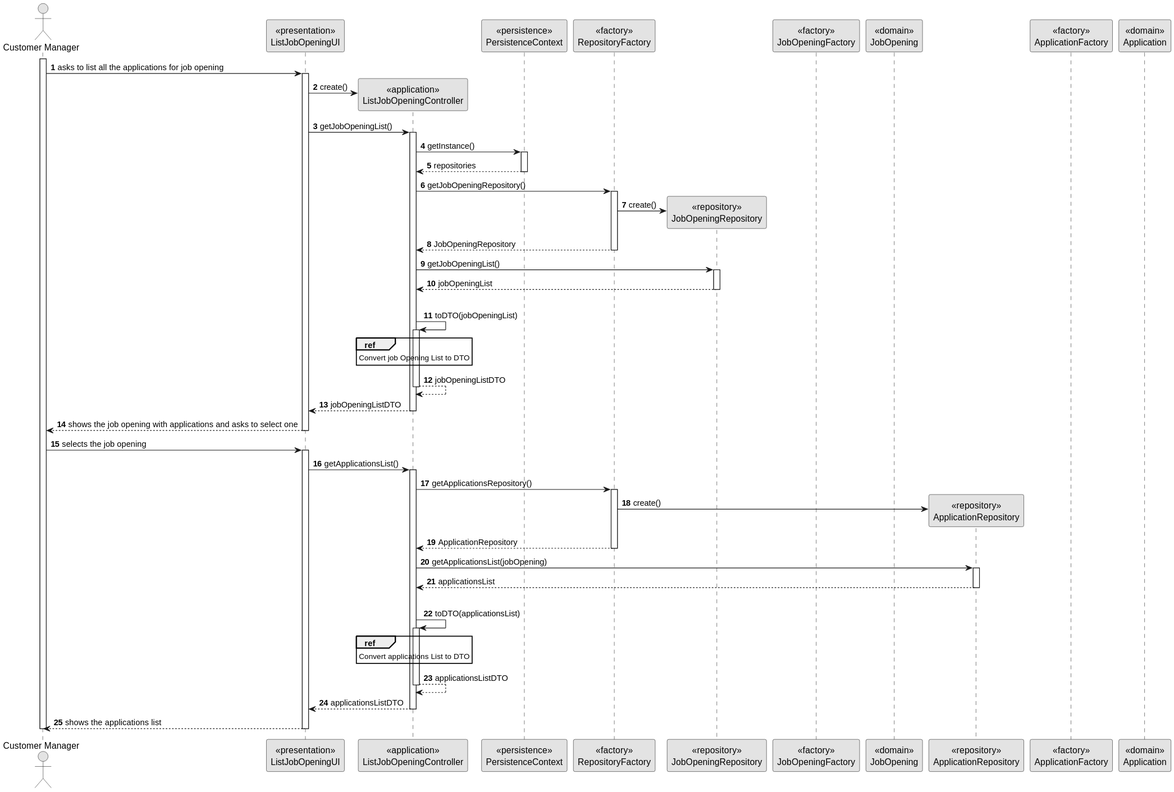
This is docs/sb_us_1005/US1005_SD.svg from rita-barbosa/LAPR4-2324, a PlantUML export, as it was before one commit. The source it was exported from:
```plantuml
@startuml
skinparam monochrome true
skinparam packageStyle rectangle
skinparam shadowing false

autonumber

actor "Customer Manager" as CM
participant "<<presentation>>\nListJobOpeningUI" as UI
participant "<<application>>\nListJobOpeningController" as CTRL
participant "<<persistence>>\nPersistenceContext" as Persistence
participant "<<factory>>\nRepositoryFactory" as RepositorySingleton
participant "<<repository>>\nJobOpeningRepository" as JobOpeningRepository
participant "<<factory>>\nJobOpeningFactory" as JobOpeningFactory
participant "<<domain>>\nJobOpening" as JobOpening
participant "<<repository>>\nApplicationRepository" as ApplicationRepository
participant "<<factory>>\nApplicationFactory" as ApplicationFactory
participant "<<domain>>\nApplication" as Application

activate CM

CM -> UI : asks to list all the applications for job opening
activate UI

UI -> CTRL** : create()

UI -> CTRL: getJobOpeningList()
activate CTRL

    CTRL -> Persistence : getInstance()
    activate Persistence

    Persistence --> CTRL: repositories
    deactivate Persistence

    CTRL -> RepositorySingleton : getJobOpeningRepository()
    activate RepositorySingleton

    RepositorySingleton -> JobOpeningRepository** : create()

    RepositorySingleton --> CTRL: JobOpeningRepository
    deactivate RepositorySingleton

    CTRL -> JobOpeningRepository : getJobOpeningList()
    activate JobOpeningRepository

    JobOpeningRepository --> CTRL : jobOpeningList
    deactivate JobOpeningRepository

    |||
        CTRL -> CTRL : toDTO(jobOpeningList)
        activate CTRL

            ref over CTRL
                Convert job Opening List to DTO
            end ref

        CTRL --> CTRL : jobOpeningListDTO
        deactivate CTRL

        CTRL --> UI : jobOpeningListDTO

    deactivate CTRL

UI --> CM : shows the job opening with applications and asks to select one
deactivate UI

CM -> UI : selects the job opening
activate UI

UI -> CTRL: getApplicationsList()
activate CTRL

    CTRL -> RepositorySingleton : getApplicationsRepository()
    activate RepositorySingleton

    RepositorySingleton -> ApplicationRepository** : create()

    RepositorySingleton --> CTRL: ApplicationRepository
    deactivate RepositorySingleton

    CTRL -> ApplicationRepository : getApplicationsList(jobOpening)
    activate ApplicationRepository

    ApplicationRepository --> CTRL : applicationsList
    deactivate ApplicationRepository

    |||
        CTRL -> CTRL : toDTO(applicationsList)
        activate CTRL

            ref over CTRL
                Convert applications List to DTO
            end ref

        CTRL --> CTRL : applicationsListDTO
        deactivate CTRL

        CTRL --> UI : applicationsListDTO

    deactivate CTRL


UI --> CM : shows the applications list
deactivate UI

deactivate CM
@enduml
```
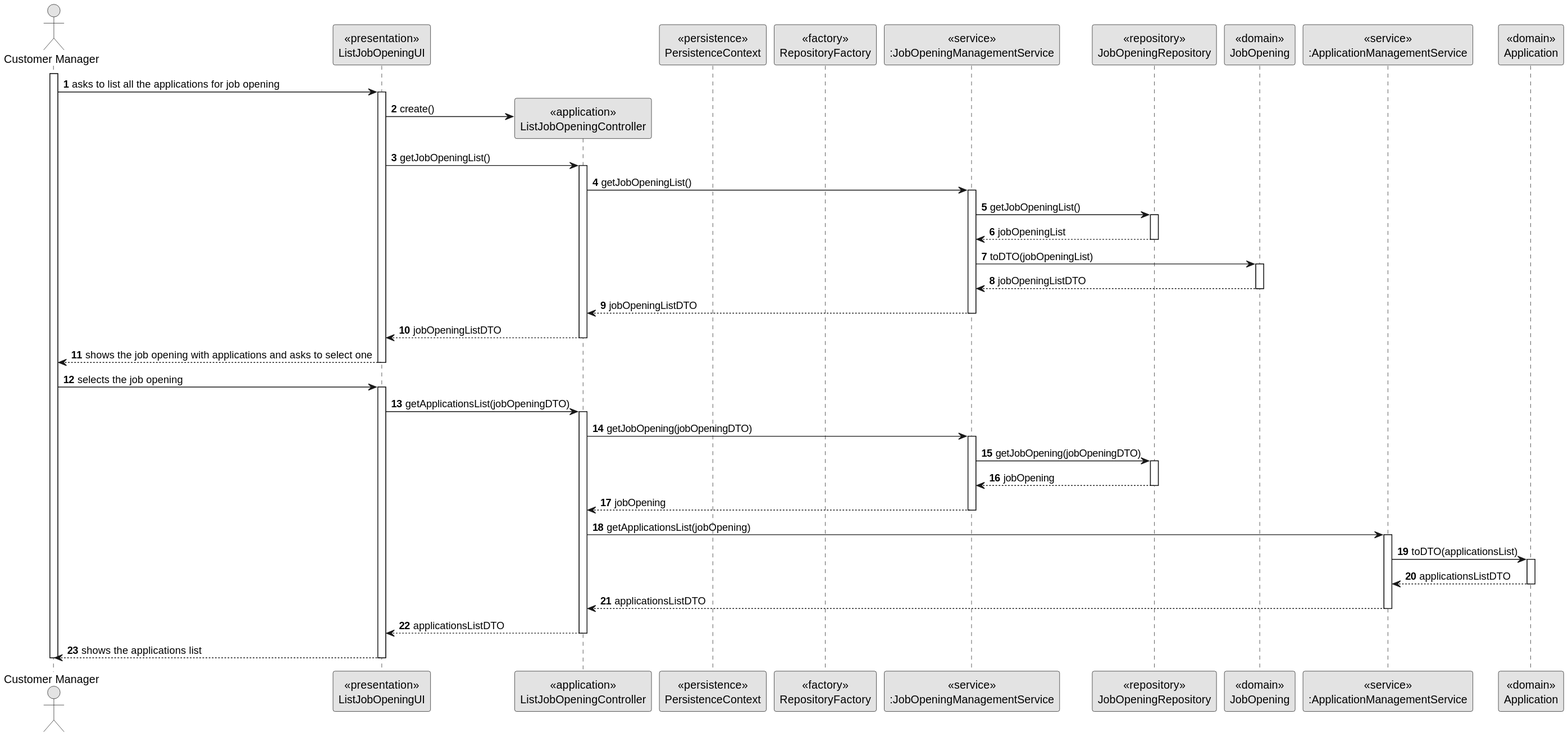
After the change.

Change to the diagram source:
```diff
@@ -11,10 +11,11 @@
 participant "<<persistence>>\nPersistenceContext" as Persistence
 participant "<<factory>>\nRepositoryFactory" as RepositorySingleton
 participant "<<repository>>\nJobOpeningRepository" as JobOpeningRepository
-participant "<<factory>>\nJobOpeningFactory" as JobOpeningFactory
 participant "<<domain>>\nJobOpening" as JobOpening
-participant "<<repository>>\nApplicationRepository" as ApplicationRepository
-participant "<<factory>>\nApplicationFactory" as ApplicationFactory
+participant "<<service>>\n:JobOpeningManagementService" as JobManagement
+participant "<<repository>>\n:JobOpeningRepository" as JobOpeningRepository
+participant "<<domain>>\n:JobOpening" as JobOpening
+participant "<<service>>\n:ApplicationManagementService" as AppManagement
 participant "<<domain>>\nApplication" as Application
 
 activate CM
@@ -27,36 +28,23 @@
 UI -> CTRL: getJobOpeningList()
 activate CTRL
 
-    CTRL -> Persistence : getInstance()
-    activate Persistence
+    CTRL -> JobManagement : getJobOpeningList()
+    activate JobManagement
 
-    Persistence --> CTRL: repositories
-    deactivate Persistence
-
-    CTRL -> RepositorySingleton : getJobOpeningRepository()
-    activate RepositorySingleton
-
-    RepositorySingleton -> JobOpeningRepository** : create()
-
-    RepositorySingleton --> CTRL: JobOpeningRepository
-    deactivate RepositorySingleton
-
-    CTRL -> JobOpeningRepository : getJobOpeningList()
+    JobManagement -> JobOpeningRepository : getJobOpeningList()
     activate JobOpeningRepository
 
-    JobOpeningRepository --> CTRL : jobOpeningList
+    JobOpeningRepository --> JobManagement : jobOpeningList
     deactivate JobOpeningRepository
 
-    |||
-        CTRL -> CTRL : toDTO(jobOpeningList)
-        activate CTRL
+    JobManagement -> JobOpening : toDTO(jobOpeningList)
+    activate JobOpening
 
-            ref over CTRL
-                Convert job Opening List to DTO
-            end ref
+    JobOpening --> JobManagement : jobOpeningListDTO
+    deactivate JobOpening
 
-        CTRL --> CTRL : jobOpeningListDTO
-        deactivate CTRL
+    JobManagement --> CTRL : jobOpeningListDTO
+    deactivate JobManagement
 
         CTRL --> UI : jobOpeningListDTO
 
@@ -68,36 +56,35 @@
 CM -> UI : selects the job opening
 activate UI
 
-UI -> CTRL: getApplicationsList()
+UI -> CTRL: getApplicationsList(jobOpeningDTO)
 activate CTRL
 
-    CTRL -> RepositorySingleton : getApplicationsRepository()
-    activate RepositorySingleton
+    CTRL -> JobManagement : getJobOpening(jobOpeningDTO)
+    activate JobManagement
 
-    RepositorySingleton -> ApplicationRepository** : create()
+    JobManagement -> JobOpeningRepository : getJobOpening(jobOpeningDTO)
+    activate JobOpeningRepository
 
-    RepositorySingleton --> CTRL: ApplicationRepository
-    deactivate RepositorySingleton
+    JobOpeningRepository --> JobManagement : jobOpening
+    deactivate JobOpeningRepository
 
-    CTRL -> ApplicationRepository : getApplicationsList(jobOpening)
-    activate ApplicationRepository
+    JobManagement --> CTRL : jobOpening
+    deactivate JobManagement
 
-    ApplicationRepository --> CTRL : applicationsList
-    deactivate ApplicationRepository
 
-    |||
-        CTRL -> CTRL : toDTO(applicationsList)
-        activate CTRL
+    CTRL -> AppManagement : getApplicationsList(jobOpening)
+    activate AppManagement
 
-            ref over CTRL
-                Convert applications List to DTO
-            end ref
+    AppManagement -> Application : toDTO(applicationsList)
+    activate Application
 
-        CTRL --> CTRL : applicationsListDTO
-        deactivate CTRL
+    Application --> AppManagement : applicationsListDTO
+    deactivate Application
 
-        CTRL --> UI : applicationsListDTO
+    AppManagement --> CTRL : applicationsListDTO
+    deactivate AppManagement
 
+    CTRL --> UI : applicationsListDTO
     deactivate CTRL
 
 
```
